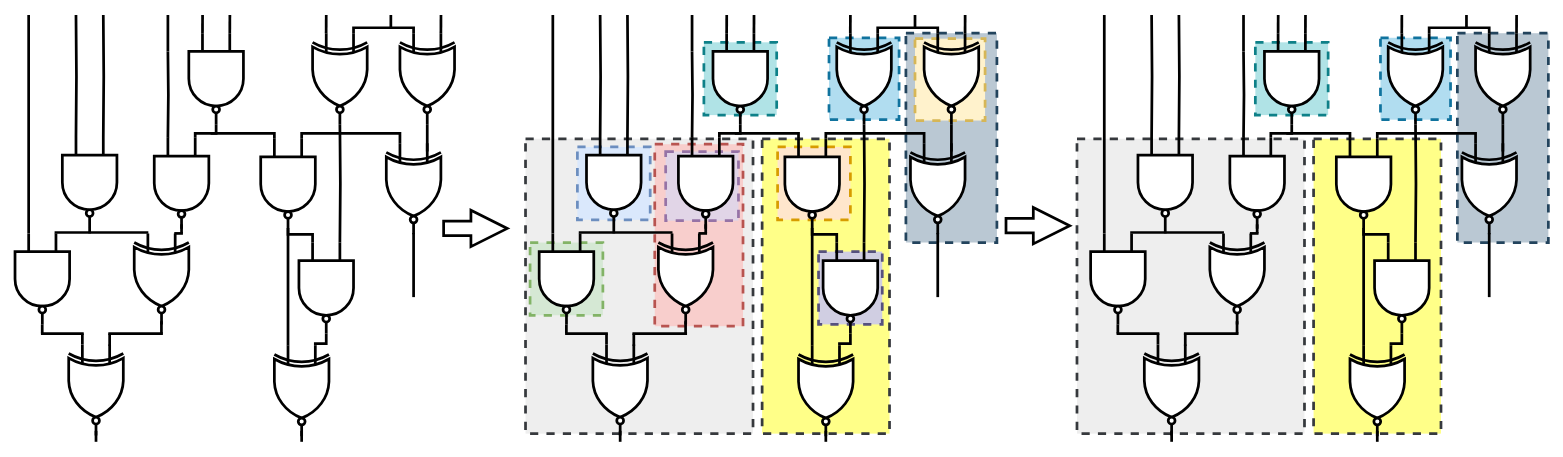
This is mffc.drawio from kxzhu0505/LogicSynOpt, a draw.io file, before an edit. Source tidied: cells renumbered, new cells numbered last; positions are measured from the earlier drawing's top-left corner, leaving out a move shared by most shapes. Both pictures are drawn from the tidied source at 91%, with x=0, y=0 at pixel (15, 15).
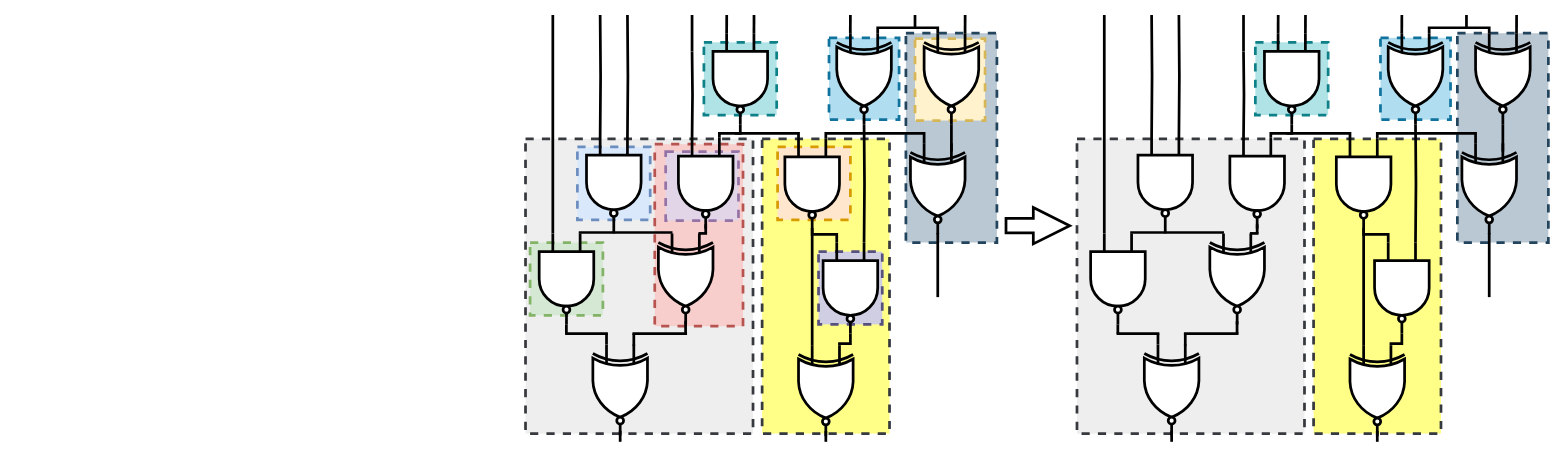
The same diagram, later.

What changed in the source:
```diff
@@
-    <mxCell id="59" style="group;" parent="1" vertex="1">
-      <mxGeometry width="483" height="469" as="geometry" />
-    </mxCell>
-    <mxCell id="60" style="endArrow=none;html=1;rounded=0;strokeWidth=3;entryX=0;entryY=0.75;entryDx=0;entryDy=0;entryPerimeter=0;" parent="59" edge="1">
-      <mxGeometry relative="1" as="geometry">
-        <mxPoint x="89" y="457" as="sourcePoint" />
-        <mxPoint x="89" y="469" as="targetPoint" />
-      </mxGeometry>
-    </mxCell>
-    <mxCell id="61" style="verticalLabelPosition=bottom;shadow=0;dashed=0;align=center;html=1;verticalAlign=top;shape=mxgraph.electrical.logic_gates.logic_gate;operation=xor;negating=1;negSize=0.15;strokeWidth=3;direction=south;" parent="59" vertex="1">
-      <mxGeometry x="131" y="240" width="60" height="100" as="geometry" />
-    </mxCell>
-    <mxCell id="62" style="verticalLabelPosition=bottom;shadow=0;dashed=0;align=center;html=1;verticalAlign=top;shape=mxgraph.electrical.logic_gates.logic_gate;operation=and;negating=1;negSize=0.15;strokeWidth=3;direction=south;" parent="59" vertex="1">
-      <mxGeometry y="240" width="60" height="100" as="geometry" />
-    </mxCell>
-    <mxCell id="63" style="verticalLabelPosition=bottom;shadow=0;dashed=0;align=center;html=1;verticalAlign=top;shape=mxgraph.electrical.logic_gates.logic_gate;operation=and;negating=1;negSize=0.15;strokeWidth=3;direction=south;" parent="59" vertex="1">
-      <mxGeometry x="52" y="134" width="60" height="100" as="geometry" />
-    </mxCell>
-    <mxCell id="64" style="endArrow=none;html=1;rounded=0;entryX=1;entryY=0.5;entryDx=0;entryDy=0;entryPerimeter=0;strokeWidth=3;" parent="59" edge="1" target="63">
-      <mxGeometry relative="1" as="geometry">
-        <mxPoint x="82" y="240" as="sourcePoint" />
-      </mxGeometry>
-    </mxCell>
-    <mxCell id="65" style="verticalLabelPosition=bottom;shadow=0;dashed=0;align=center;html=1;verticalAlign=top;shape=mxgraph.electrical.logic_gates.logic_gate;operation=xor;negating=1;negSize=0.15;strokeWidth=3;direction=south;" parent="59" vertex="1">
-      <mxGeometry x="59" y="362" width="60" height="100" as="geometry" />
-    </mxCell>
-    <mxCell id="66" style="endArrow=none;html=1;rounded=0;strokeWidth=3;entryX=0;entryY=0.75;entryDx=0;entryDy=0;entryPerimeter=0;edgeStyle=orthogonalEdgeStyle;" parent="59" edge="1" target="62">
-      <mxGeometry relative="1" as="geometry">
-        <mxPoint x="15" as="sourcePoint" />
-        <Array as="points">
-          <mxPoint x="15" y="8" />
-        </Array>
-      </mxGeometry>
-    </mxCell>
-    <mxCell id="67" style="endArrow=none;html=1;rounded=0;strokeWidth=3;entryX=0;entryY=0.75;entryDx=0;entryDy=0;entryPerimeter=0;edgeStyle=orthogonalEdgeStyle;" parent="59" edge="1" target="63">
-      <mxGeometry relative="1" as="geometry">
-        <mxPoint x="67" as="sourcePoint" />
-      </mxGeometry>
-    </mxCell>
-    <mxCell id="68" style="endArrow=none;html=1;rounded=0;strokeWidth=3;entryX=0;entryY=0.25;entryDx=0;entryDy=0;entryPerimeter=0;edgeStyle=orthogonalEdgeStyle;" parent="59" edge="1" target="63">
-      <mxGeometry relative="1" as="geometry">
-        <mxPoint x="97" as="sourcePoint" />
-      </mxGeometry>
-    </mxCell>
-    <mxCell id="69" style="verticalLabelPosition=bottom;shadow=0;dashed=0;align=center;html=1;verticalAlign=top;shape=mxgraph.electrical.logic_gates.logic_gate;operation=and;negating=1;negSize=0.15;strokeWidth=3;direction=south;" parent="59" vertex="1">
-      <mxGeometry x="153" y="135" width="60" height="100" as="geometry" />
-    </mxCell>
-    <mxCell id="70" style="endArrow=none;html=1;rounded=0;strokeWidth=3;" parent="59" edge="1">
-      <mxGeometry relative="1" as="geometry">
-        <mxPoint x="184.5" y="240" as="sourcePoint" />
-        <mxPoint x="175" y="240" as="targetPoint" />
-      </mxGeometry>
-    </mxCell>
-    <mxCell id="71" style="endArrow=none;html=1;rounded=0;strokeWidth=3;entryX=0;entryY=0.75;entryDx=0;entryDy=0;entryPerimeter=0;edgeStyle=orthogonalEdgeStyle;" parent="59" edge="1" target="69">
-      <mxGeometry relative="1" as="geometry">
-        <mxPoint x="168" y="40" as="sourcePoint" />
-      </mxGeometry>
-    </mxCell>
-    <mxCell id="72" style="verticalLabelPosition=bottom;shadow=0;dashed=0;align=center;html=1;verticalAlign=top;shape=mxgraph.electrical.logic_gates.logic_gate;operation=and;negating=1;negSize=0.15;strokeWidth=3;direction=south;" parent="59" vertex="1">
-      <mxGeometry x="191" y="20" width="60" height="100" as="geometry" />
-    </mxCell>
-    <mxCell id="73" style="endArrow=none;html=1;rounded=0;strokeWidth=3;entryX=0;entryY=0.25;entryDx=0;entryDy=0;entryPerimeter=0;edgeStyle=orthogonalEdgeStyle;exitX=1;exitY=0.5;exitDx=0;exitDy=0;exitPerimeter=0;" parent="59" edge="1" source="72" target="69">
-      <mxGeometry relative="1" as="geometry" />
-    </mxCell>
-    <mxCell id="74" style="verticalLabelPosition=bottom;shadow=0;dashed=0;align=center;html=1;verticalAlign=top;shape=mxgraph.electrical.logic_gates.logic_gate;operation=and;negating=1;negSize=0.15;strokeWidth=3;direction=south;" parent="59" vertex="1">
-      <mxGeometry x="270" y="136" width="60" height="100" as="geometry" />
-    </mxCell>
-    <mxCell id="75" style="endArrow=none;html=1;rounded=0;strokeWidth=3;edgeStyle=orthogonalEdgeStyle;exitX=0;exitY=0.75;exitDx=0;exitDy=0;exitPerimeter=0;" parent="59" edge="1" source="74">
-      <mxGeometry relative="1" as="geometry">
-        <mxPoint x="215" y="130" as="targetPoint" />
-        <Array as="points">
-          <mxPoint x="285" y="130" />
-        </Array>
-      </mxGeometry>
-    </mxCell>
-    <mxCell id="76" style="verticalLabelPosition=bottom;shadow=0;dashed=0;align=center;html=1;verticalAlign=top;shape=mxgraph.electrical.logic_gates.logic_gate;operation=xor;negating=1;negSize=0.15;strokeWidth=3;direction=south;" parent="59" vertex="1">
-      <mxGeometry x="285" y="363" width="60" height="100" as="geometry" />
-    </mxCell>
-    <mxCell id="77" style="endArrow=none;html=1;rounded=0;strokeWidth=3;entryX=0;entryY=0.75;entryDx=0;entryDy=0;entryPerimeter=0;edgeStyle=orthogonalEdgeStyle;exitX=1;exitY=0.5;exitDx=0;exitDy=0;exitPerimeter=0;" parent="59" edge="1" source="74" target="76">
-      <mxGeometry relative="1" as="geometry" />
-    </mxCell>
-    <mxCell id="78" style="endArrow=none;html=1;rounded=0;strokeWidth=3;" parent="59" edge="1">
-      <mxGeometry relative="1" as="geometry">
-        <mxPoint x="43.5" y="239" as="sourcePoint" />
-        <mxPoint x="146.5" y="239" as="targetPoint" />
-      </mxGeometry>
-    </mxCell>
-    <mxCell id="79" style="verticalLabelPosition=bottom;shadow=0;dashed=0;align=center;html=1;verticalAlign=top;shape=mxgraph.electrical.logic_gates.logic_gate;operation=and;negating=1;negSize=0.15;strokeWidth=3;direction=south;" parent="59" vertex="1">
-      <mxGeometry x="312" y="250" width="60" height="100" as="geometry" />
-    </mxCell>
-    <mxCell id="80" style="endArrow=none;html=1;rounded=0;strokeWidth=3;edgeStyle=orthogonalEdgeStyle;exitX=0;exitY=0.75;exitDx=0;exitDy=0;exitPerimeter=0;" parent="59" edge="1" source="79">
-      <mxGeometry relative="1" as="geometry">
-        <mxPoint x="300" y="234" as="targetPoint" />
-        <Array as="points">
-          <mxPoint x="327" y="241" />
-          <mxPoint x="300" y="241" />
-        </Array>
-      </mxGeometry>
-    </mxCell>
-    <mxCell id="81" style="verticalLabelPosition=bottom;shadow=0;dashed=0;align=center;html=1;verticalAlign=top;shape=mxgraph.electrical.logic_gates.logic_gate;operation=xor;negating=1;negSize=0.15;strokeWidth=3;direction=south;" parent="59" vertex="1">
-      <mxGeometry x="327" y="20" width="60" height="100" as="geometry" />
-    </mxCell>
-    <mxCell id="82" style="verticalLabelPosition=bottom;shadow=0;dashed=0;align=center;html=1;verticalAlign=top;shape=mxgraph.electrical.logic_gates.logic_gate;operation=xor;negating=1;negSize=0.15;strokeWidth=3;direction=south;" parent="59" vertex="1">
-      <mxGeometry x="423" y="20" width="60" height="100" as="geometry" />
-    </mxCell>
-    <mxCell id="83" style="endArrow=none;html=1;rounded=0;strokeWidth=3;entryX=0;entryY=0.25;entryDx=0;entryDy=0;entryPerimeter=0;edgeStyle=orthogonalEdgeStyle;" parent="59" edge="1" target="79">
-      <mxGeometry relative="1" as="geometry">
-        <mxPoint x="357" y="120" as="sourcePoint" />
-      </mxGeometry>
-    </mxCell>
-    <mxCell id="84" style="verticalLabelPosition=bottom;shadow=0;dashed=0;align=center;html=1;verticalAlign=top;shape=mxgraph.electrical.logic_gates.logic_gate;operation=xor;negating=1;negSize=0.15;strokeWidth=3;direction=south;" parent="59" vertex="1">
-      <mxGeometry x="408" y="141" width="60" height="100" as="geometry" />
-    </mxCell>
-    <mxCell id="85" style="endArrow=none;html=1;rounded=0;strokeWidth=3;exitX=1;exitY=0.5;exitDx=0;exitDy=0;exitPerimeter=0;entryX=0.09;entryY=0.25;entryDx=0;entryDy=0;entryPerimeter=0;" parent="59" edge="1" source="82" target="84">
-      <mxGeometry relative="1" as="geometry" />
-    </mxCell>
-    <mxCell id="86" style="endArrow=none;html=1;rounded=0;strokeWidth=3;edgeStyle=orthogonalEdgeStyle;exitX=0;exitY=0.75;exitDx=0;exitDy=0;exitPerimeter=0;entryX=0;entryY=0.25;entryDx=0;entryDy=0;entryPerimeter=0;" parent="59" edge="1" source="84" target="74">
-      <mxGeometry relative="1" as="geometry">
-        <Array as="points">
-          <mxPoint x="423" y="130" />
-          <mxPoint x="315" y="130" />
-        </Array>
-      </mxGeometry>
-    </mxCell>
-    <mxCell id="87" style="endArrow=none;html=1;rounded=0;strokeWidth=3;exitX=0.986;exitY=0.5;exitDx=0;exitDy=0;exitPerimeter=0;" parent="59" edge="1" source="84">
-      <mxGeometry relative="1" as="geometry">
-        <mxPoint x="438" y="310" as="targetPoint" />
-      </mxGeometry>
-    </mxCell>
-    <mxCell id="88" style="endArrow=none;html=1;rounded=0;strokeWidth=3;edgeStyle=orthogonalEdgeStyle;exitX=0;exitY=0.75;exitDx=0;exitDy=0;exitPerimeter=0;entryX=0;entryY=0.25;entryDx=0;entryDy=0;entryPerimeter=0;" parent="59" edge="1" source="82">
-      <mxGeometry relative="1" as="geometry">
-        <mxPoint x="372" y="20" as="targetPoint" />
-        <Array as="points">
-          <mxPoint x="438" y="14" />
-          <mxPoint x="372" y="14" />
-        </Array>
-      </mxGeometry>
-    </mxCell>
-    <mxCell id="89" style="endArrow=none;html=1;rounded=0;strokeWidth=3;entryX=0.09;entryY=0.25;entryDx=0;entryDy=0;entryPerimeter=0;" parent="59" edge="1">
-      <mxGeometry relative="1" as="geometry">
-        <mxPoint x="413" as="sourcePoint" />
-        <mxPoint x="413" y="15" as="targetPoint" />
-      </mxGeometry>
-    </mxCell>
-    <mxCell id="90" style="endArrow=none;html=1;rounded=0;strokeWidth=3;entryX=0.09;entryY=0.25;entryDx=0;entryDy=0;entryPerimeter=0;" parent="59" edge="1">
-      <mxGeometry relative="1" as="geometry">
-        <mxPoint x="342" as="sourcePoint" />
-        <mxPoint x="341.9" y="20" as="targetPoint" />
-      </mxGeometry>
-    </mxCell>
-    <mxCell id="91" style="endArrow=none;html=1;rounded=0;strokeWidth=3;entryX=0.09;entryY=0.25;entryDx=0;entryDy=0;entryPerimeter=0;" parent="59" edge="1">
-      <mxGeometry relative="1" as="geometry">
-        <mxPoint x="468.1" as="sourcePoint" />
-        <mxPoint x="468" y="20" as="targetPoint" />
-      </mxGeometry>
-    </mxCell>
-    <mxCell id="92" style="endArrow=none;html=1;rounded=0;strokeWidth=3;entryX=0.09;entryY=0.25;entryDx=0;entryDy=0;entryPerimeter=0;" parent="59" edge="1">
-      <mxGeometry relative="1" as="geometry">
-        <mxPoint x="206.1" as="sourcePoint" />
-        <mxPoint x="206" y="20" as="targetPoint" />
-      </mxGeometry>
-    </mxCell>
-    <mxCell id="93" style="endArrow=none;html=1;rounded=0;strokeWidth=3;entryX=0.09;entryY=0.25;entryDx=0;entryDy=0;entryPerimeter=0;" parent="59" edge="1">
-      <mxGeometry relative="1" as="geometry">
-        <mxPoint x="236.1" as="sourcePoint" />
-        <mxPoint x="236" y="20" as="targetPoint" />
-      </mxGeometry>
-    </mxCell>
-    <mxCell id="94" style="endArrow=none;html=1;rounded=0;strokeWidth=3;entryX=0.09;entryY=0.25;entryDx=0;entryDy=0;entryPerimeter=0;" parent="59" edge="1">
-      <mxGeometry relative="1" as="geometry">
-        <mxPoint x="168" as="sourcePoint" />
-        <mxPoint x="168" y="40" as="targetPoint" />
-      </mxGeometry>
-    </mxCell>
-    <mxCell id="95" style="endArrow=none;html=1;rounded=0;strokeWidth=3;" parent="59" edge="1">
-      <mxGeometry relative="1" as="geometry">
-        <mxPoint x="183" y="240" as="sourcePoint" />
-        <mxPoint x="183" y="230" as="targetPoint" />
-        <Array as="points">
-          <mxPoint x="183" y="240" />
-        </Array>
-      </mxGeometry>
-    </mxCell>
-    <mxCell id="96" style="endArrow=none;html=1;rounded=0;strokeWidth=3;edgeStyle=orthogonalEdgeStyle;exitX=1;exitY=0.5;exitDx=0;exitDy=0;exitPerimeter=0;entryX=0;entryY=0.25;entryDx=0;entryDy=0;entryPerimeter=0;" parent="59" edge="1" source="79" target="76">
-      <mxGeometry relative="1" as="geometry">
-        <Array as="points">
-          <mxPoint x="342" y="361" />
-          <mxPoint x="330" y="361" />
-        </Array>
-      </mxGeometry>
-    </mxCell>
-    <mxCell id="97" style="endArrow=none;html=1;rounded=0;strokeWidth=3;" parent="59" edge="1">
-      <mxGeometry relative="1" as="geometry">
-        <mxPoint x="28.5" y="350" as="sourcePoint" />
-        <mxPoint x="75.5" y="350" as="targetPoint" />
-      </mxGeometry>
-    </mxCell>
-    <mxCell id="98" style="endArrow=none;html=1;rounded=0;strokeWidth=3;" parent="59" edge="1">
-      <mxGeometry relative="1" as="geometry">
-        <mxPoint x="102.5" y="350" as="sourcePoint" />
-        <mxPoint x="162.5" y="350" as="targetPoint" />
-      </mxGeometry>
-    </mxCell>
-    <mxCell id="99" style="endArrow=none;html=1;rounded=0;strokeWidth=3;" parent="59" edge="1">
-      <mxGeometry relative="1" as="geometry">
-        <mxPoint x="29.9" y="340" as="sourcePoint" />
-        <mxPoint x="29.9" y="350" as="targetPoint" />
-      </mxGeometry>
-    </mxCell>
-    <mxCell id="100" style="endArrow=none;html=1;rounded=0;strokeWidth=3;entryX=0;entryY=0.75;entryDx=0;entryDy=0;entryPerimeter=0;" parent="59" edge="1" target="65">
-      <mxGeometry relative="1" as="geometry">
-        <mxPoint x="74" y="350" as="sourcePoint" />
-      </mxGeometry>
-    </mxCell>
-    <mxCell id="101" style="endArrow=none;html=1;rounded=0;strokeWidth=3;entryX=0;entryY=0.75;entryDx=0;entryDy=0;entryPerimeter=0;" parent="59" edge="1">
-      <mxGeometry relative="1" as="geometry">
-        <mxPoint x="104" y="350" as="sourcePoint" />
-        <mxPoint x="104" y="363.5" as="targetPoint" />
-      </mxGeometry>
-    </mxCell>
-    <mxCell id="102" style="endArrow=none;html=1;rounded=0;strokeWidth=3;entryX=0;entryY=0.75;entryDx=0;entryDy=0;entryPerimeter=0;" parent="59" edge="1">
-      <mxGeometry relative="1" as="geometry">
-        <mxPoint x="160.9" y="336.5" as="sourcePoint" />
-        <mxPoint x="160.9" y="350" as="targetPoint" />
-      </mxGeometry>
-    </mxCell>
-    <mxCell id="103" style="endArrow=none;html=1;rounded=0;strokeWidth=3;entryX=0;entryY=0.75;entryDx=0;entryDy=0;entryPerimeter=0;" parent="59" edge="1">
-      <mxGeometry relative="1" as="geometry">
-        <mxPoint x="315" y="457" as="sourcePoint" />
-        <mxPoint x="315" y="469" as="targetPoint" />
-      </mxGeometry>
-    </mxCell>
@@
-    <mxCell id="154" style="verticalLabelPosition=bottom;verticalAlign=top;html=1;strokeWidth=3;shape=mxgraph.arrows2.arrow;dy=0.6;dx=40;notch=0;" parent="1" vertex="1">
-      <mxGeometry x="471" y="214.5" width="70" height="40" as="geometry" />
-    </mxCell>
```
